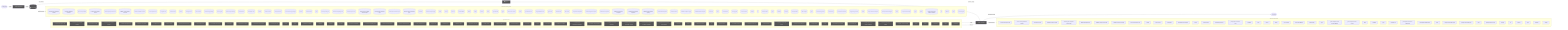
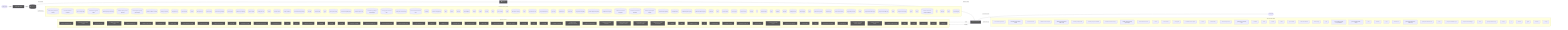
flowchart LR
  UserQ(["👤 User Query"])
  Embed["📐 Embedding Model"]
  VecDB[("📚 Vector Store")]
  Retriever["🔍 Retriever"]
  LLMNode["🧠 LLM / Generator"]
  Output(["✅ Response"])
  UserQ -->|query| Embed
  Embed -->|vector| VecDB
  VecDB -->|top-k chunks| Retriever
  Retriever -->|context + query| LLMNode
  LLMNode -->|generated answer| Output
  subgraph DetectedMemory["Detected memory stores"]
    det_detectedmemory_check_steering_feedback_contract_80134459[("check-steering-feedback-contract")]
    det_detectedmemory_normalize_workflow_contracts_8701f1c8[("normalize-workflow-contracts")]
    det_detectedmemory_sync_codex_preflight_7e7a8dc2[("sync-codex-preflight")]
    det_detectedmemory_test_harness_upgrade_matrix_84113c4e[("test-harness-upgrade-matrix")]
    det_detectedmemory_validate_prompt_context_drift_8c949ef6[("validate-prompt-context-drift")]
    det_detectedmemory_validate_runtime_packet_schemas_bc3ba8ec[("validate-runtime-packet-schemas")]
+     det_detectedmemory_validate_system_prompt_gap_adoption_62d8c955[("validate-system-prompt-gap-adoption")]
    det_detectedmemory_validate_workflow_contracts_33dc063c[("validate-workflow-contracts")]
    det_detectedmemory_branch_protect_core_a8feb0fd[("branch-protect-core")]
    det_detectedmemory_ci_migrate_core_7005b5af[("ci-migrate-core")]
    det_detectedmemory_context_health_80bb7da9[("context-health")]
    det_detectedmemory_context_ea7792a2[("context")]
    det_detectedmemory_docs_gate_core_eb9b6c18[("docs-gate-core")]
    det_detectedmemory_index_context_de3ed39d[("index-context")]
    det_detectedmemory_local_memory_preflight_dcc36c42[("local-memory-preflight")]
    det_detectedmemory_memory_gate_a577a506[("memory-gate")]
    det_detectedmemory_pattern_scope_siblings_43abe000[("pattern-scope-siblings")]
    det_detectedmemory_review_context_ca6cf81d[("review-context")]
    det_detectedmemory_review_gate_core_4c8001f9[("review-gate-core")]
    det_detectedmemory_search_24193290[("search")]
    det_detectedmemory_session_context_e5ec72c0[("session-context")]
    det_detectedmemory_tooling_audit_core_328d6a41[("tooling-audit-core")]
    det_detectedmemory_run_local_memory_preflight_36e92808[("run-local-memory-preflight")]
    det_detectedmemory_checker_d2d2328e[("checker")]
    det_detectedmemory_context_health_1_ceb11829[("context-health")]
    det_detectedmemory_types_2_d9bc6e7a[("types")]
    det_detectedmemory_branch_protect_sync_570adb18[("branch-protect-sync")]
    det_detectedmemory_command_capability_rules_ca3f496a[("command-capability-rules")]
    det_detectedmemory_command_specs_core_1c0ffc99[("command-specs-core")]
    det_detectedmemory_local_memory_preflight_command_spec_9e23f3ce[("local-memory-preflight-command-spec")]
    det_detectedmemory_memory_gate_command_spec_dc9001a9[("memory-gate-command-spec")]
    det_detectedmemory_review_gate_command_spec_3187376a[("review-gate-command-spec")]
    det_detectedmemory_session_context_command_spec_973afbb1[("session-context-command-spec")]
    det_detectedmemory_constants_7517017f[("constants")]
    det_detectedmemory_context_compact_policy_3dcaf95d[("context-compact-policy")]
    det_detectedmemory_index_3_7e40d474[("index")]
    det_detectedmemory_indexer_70fa78e5[("indexer")]
    det_detectedmemory_init_error_5c7dd49f[("init-error")]
    det_detectedmemory_lexical_fallback_723e2b3e[("lexical-fallback")]
    det_detectedmemory_ollama_76e3c7bf[("ollama")]
    det_detectedmemory_rollout_a4fa034c[("rollout")]
    det_detectedmemory_sources_878a52fc[("sources")]
    det_detectedmemory_store_824d80d7[("store")]
    det_detectedmemory_sync_contract_c79fa191[("sync-contract")]
    det_detectedmemory_types_8_f6283648[("types")]
    det_detectedmemory_harness_run_context_ac7c77a9[("harness-run-context")]
    det_detectedmemory_index_4_013aa0e3[("index")]
    det_detectedmemory_json_schema_core_96d7e328[("json-schema-core")]
    det_detectedmemory_policy_validators_core_714a3fe7[("policy-validators-core")]
    det_detectedmemory_types_core_e405ddca[("types-core")]
    det_detectedmemory_validator_core_4358f8ba[("validator-core")]
    det_detectedmemory_init_modes_c05ceb07[("init-modes")]
    det_detectedmemory_project_brain_templates_7ef51530[("project-brain-templates")]
    det_detectedmemory_scaffold_diagram_templates_dd88e83c[("scaffold-diagram-templates")]
    det_detectedmemory_scaffold_doc_templates_f6152330[("scaffold-doc-templates")]
    det_detectedmemory_scaffold_environment_templates_c1ceba6a[("scaffold-environment-templates")]
    det_detectedmemory_scaffold_root_command_templates_404fed7f[("scaffold-root-command-templates")]
    det_detectedmemory_scaffold_script_template_registry_69312d4e[("scaffold-script-template-registry")]
    det_detectedmemory_scaffold_shell_templates_0ad0f915[("scaffold-shell-templates")]
    det_detectedmemory_scaffold_surfaces_12d6494e[("scaffold-surfaces")]
    det_detectedmemory_scaffold_template_registry_b1cce2aa[("scaffold-template-registry")]
    det_detectedmemory_scaffold_workflow_template_92310587[("scaffold-workflow-template")]
    det_detectedmemory_eval_seed_5699fd3e[("eval-seed")]
    det_detectedmemory_index_10_f6785a46[("index")]
    det_detectedmemory_review_context_1_e3afed15[("review-context")]
    det_detectedmemory_memory_gate_1_265164ac[("memory-gate")]
    det_detectedmemory_branch_enforcer_acb749cd[("branch-enforcer")]
    det_detectedmemory_cli_args_5_09ea29f0[("cli-args")]
    det_detectedmemory_cli_6_eac72be2[("cli")]
    det_detectedmemory_metrics_tracker_98cec29c[("metrics-tracker")]
    det_detectedmemory_types_19_eb4ad5f0[("types")]
    det_detectedmemory_validator_5_b19ac2be[("validator")]
    det_detectedmemory_classifier_fe1991a9[("classifier")]
    det_detectedmemory_tooling_baseline_50ab2eeb[("tooling-baseline")]
    det_detectedmemory_claim_helpers_20dc8387[("claim-helpers")]
    det_detectedmemory_types_24_c63dc1a7[("types")]
    det_detectedmemory_local_memory_smoke_1175abfc[("local-memory-smoke")]
    det_detectedmemory_local_memory_0db17ecc[("local-memory")]
    det_detectedmemory_performance_overload_c685bfcf[("performance-overload")]
    det_detectedmemory_suggestion_generator_0956f794[("suggestion-generator")]
    det_detectedmemory_index_12_762ec91b[("index")]
    det_detectedmemory_prompt_context_drift_report_3257a95c[("prompt-context-drift-report")]
    det_detectedmemory_prompt_context_drift_types_ba6863d4[("prompt-context-drift-types")]
    det_detectedmemory_index_13_97df39c8[("index")]
    det_detectedmemory_prompt_context_receipt_17b862b2[("prompt-context-receipt")]
    det_detectedmemory_types_31_eb363e20[("types")]
    det_detectedmemory_policy_1_fc4198db[("policy")]
    det_detectedmemory_runtime_card_codex_runtime_validation_d8ce9934[("runtime-card-codex-runtime-validation")]
    det_detectedmemory_cli_11_338a8415[("cli")]
    det_detectedmemory_collector_0736fd5b[("collector")]
    det_detectedmemory_types_34_85e6a0bb[("types")]
    det_detectedmemory_overload_guard_2748c559[("overload-guard")]
  end
  VecDB -. "implemented by" .-> DetectedMemory
  subgraph DetectedLLM["Detected LLM clients"]
    det_detectedllm_check_codex_agent_roles_5bb2e89b["check-codex-agent-roles"]
    det_detectedllm_check_steering_feedback_contract_80134459["check-steering-feedback-contract"]
    det_detectedllm_run_harness_evals_77704768["run-harness-evals"]
    det_detectedllm_validate_decision_request_2e5c325e["validate-decision-request"]
    det_detectedllm_validate_goal_completion_audit_receipt_100d252c["validate-goal-completion-audit-receipt"]
    det_detectedllm_validate_packaged_skill_5e32c890["validate-packaged-skill"]
    det_detectedllm_validate_prompt_context_drift_8c949ef6["validate-prompt-context-drift"]
    det_detectedllm_validate_reviewer_coverage_251efee3["validate-reviewer-coverage"]
+     det_detectedllm_validate_system_prompt_gap_adoption_62d8c955["validate-system-prompt-gap-adoption"]
    det_detectedllm_check_environment_core_2c16213f["check-environment-core"]
    det_detectedllm_context_ea7792a2["context"]
    det_detectedllm_index_context_de3ed39d["index-context"]
    det_detectedllm_prompt_gate_c5e9d207["prompt-gate"]
    det_detectedllm_remediate_runner_helpers_929fedcc["remediate-runner-helpers"]
    det_detectedllm_search_24193290["search"]
    det_detectedllm_context_health_1_ceb11829["context-health"]
    det_detectedllm_command_specs_core_1c0ffc99["command-specs-core"]
    det_detectedllm_prompt_gate_command_spec_9a941482["prompt-gate-command-spec"]
    det_detectedllm_constants_7517017f["constants"]
    det_detectedllm_index_3_7e40d474["index"]
    det_detectedllm_indexer_70fa78e5["indexer"]
    det_detectedllm_ollama_76e3c7bf["ollama"]
    det_detectedllm_sync_contract_c79fa191["sync-contract"]
    det_detectedllm_north_star_validators_cfc926ce["north-star-validators"]
    det_detectedllm_hilt_boundary_9b36fb15["hilt-boundary"]
    det_detectedllm_types_10_75e5a4a0["types"]
    det_detectedllm_goal_completion_audit_receipt_validation_9d0f4891["goal-completion-audit-receipt-validation"]
    det_detectedllm_goal_completion_audit_receipt_5e4939c3["goal-completion-audit-receipt"]
    det_detectedllm_index_5_522f772a["index"]
    det_detectedllm_constants_1_a84e15f0["constants"]
    det_detectedllm_types_17_ed30531c["types"]
    det_detectedllm_sensitive_text_7c11f760["sensitive-text"]
    det_detectedllm_pr_template_linked_issue_relationship_a7b61f2c["pr-template-linked-issue-relationship"]
    det_detectedllm_pr_template_validator_rules_20a32d6b["pr-template-validator-rules"]
    det_detectedllm_index_12_762ec91b["index"]
    det_detectedllm_prompt_context_drift_report_3257a95c["prompt-context-drift-report"]
    det_detectedllm_prompt_context_drift_types_ba6863d4["prompt-context-drift-types"]
    det_detectedllm_index_13_97df39c8["index"]
    det_detectedllm_prompt_context_receipt_17b862b2["prompt-context-receipt"]
    det_detectedllm_cli_args_9_9c136878["cli-args"]
    det_detectedllm_cli_10_35dc8cbd["cli"]
    det_detectedllm_sections_4697ef32["sections"]
    det_detectedllm_types_27_4d134744["types"]
    det_detectedllm_validator_7_f836eb0e["validator"]
    det_detectedllm_cli_args_10_861cdd3f["cli-args"]
  end
  LLMNode -. "implemented by" .-> DetectedLLM
  subgraph DetectedTools["Agentic tool calls"]
    det_detectedtools_check_codex_agent_roles_5bb2e89b["🔧 check-codex-agent-roles"]
    det_detectedtools_check_steering_feedback_contract_80134459["🔧 check-steering-feedback-contract"]
    det_detectedtools_run_harness_evals_77704768["🔧 run-harness-evals"]
    det_detectedtools_validate_action_review_receipt_fa2f06c3["🔧 validate-action-review-receipt"]
    det_detectedtools_validate_packaged_skill_5e32c890["🔧 validate-packaged-skill"]
    det_detectedtools_validate_replay_packet_f309747e["🔧 validate-replay-packet"]
    det_detectedtools_ci_migrate_core_7005b5af["🔧 ci-migrate-core"]
    det_detectedtools_doctor_checks_5a2eb2b9["🔧 doctor-checks"]
    det_detectedtools_doctor_github_tool_checks_a53b0382["🔧 doctor-github-tool-checks"]
    det_detectedtools_doctor_tool_checks_4acac51a["🔧 doctor-tool-checks"]
    det_detectedtools_next_blocked_decisions_4140ad2b["🔧 next-blocked-decisions"]
    det_detectedtools_policy_gate_213f7313["🔧 policy-gate"]
    det_detectedtools_remediate_cli_output_cc165396["🔧 remediate-cli-output"]
    det_detectedtools_remediate_runner_helpers_929fedcc["🔧 remediate-runner-helpers"]
    det_detectedtools_review_gate_core_4c8001f9["🔧 review-gate-core"]
    det_detectedtools_index_1bc04b52["🔧 index"]
    det_detectedtools_types_1_4ecdf56e["🔧 types"]
    det_detectedtools_validation_constants_e002a0f6["🔧 validation-constants"]
    det_detectedtools_validation_98c41dcd["🔧 validation"]
    det_detectedtools_checker_d2d2328e["🔧 checker"]
    det_detectedtools_cli_args_1_6144b055["🔧 cli-args"]
    det_detectedtools_command_capabilities_a4d5c71e["🔧 command-capabilities"]
    det_detectedtools_command_capability_rules_ca3f496a["🔧 command-capability-rules"]
    det_detectedtools_linear_command_actions_e430f4f4["🔧 linear-command-actions"]
    det_detectedtools_linear_command_runner_4a740dfc["🔧 linear-command-runner"]
    det_detectedtools_policy_validators_core_714a3fe7["🔧 policy-validators-core"]
    det_detectedtools_types_core_e405ddca["🔧 types-core"]
    det_detectedtools_validator_core_4358f8ba["🔧 validator-core"]
    det_detectedtools_validator_helpers_7b927667["🔧 validator-helpers"]
    det_detectedtools_he_phase_exit_core_1148895b["🔧 he-phase-exit-core"]
    det_detectedtools_ralph_runtime_73d63c0e["🔧 ralph-runtime"]
    det_detectedtools_observed_skill_usage_ed7d5930["🔧 observed-skill-usage"]
    det_detectedtools_closure_evidence_aaa31467["🔧 closure-evidence"]
    det_detectedtools_pr_creator_dc6b1ea4["🔧 pr-creator"]
    det_detectedtools_client_948fe603["🔧 client"]
    det_detectedtools_init_output_360dce91["🔧 init-output"]
    det_detectedtools_scaffold_ci_templates_2afd6392["🔧 scaffold-ci-templates"]
    det_detectedtools_scaffold_codex_environment_templates_334fbbed["🔧 scaffold-codex-environment-templates"]
    det_detectedtools_scaffold_config_templates_4b80ce53["🔧 scaffold-config-templates"]
    det_detectedtools_scaffold_environment_templates_c1ceba6a["🔧 scaffold-environment-templates"]
    det_detectedtools_scaffold_github_actions_pr_pipeline_renderer_1ee18de5["🔧 scaffold-github-actions-pr-pipeline-renderer"]
    det_detectedtools_scaffold_github_actions_pr_pipeline_template_e2b85f62["🔧 scaffold-github-actions-pr-pipeline-template"]
    det_detectedtools_scaffold_release_private_npm_template_075499f8["🔧 scaffold-release-private-npm-template"]
    det_detectedtools_constants_1_a84e15f0["🔧 constants"]
    det_detectedtools_index_9_32dd4d91["🔧 index"]
    det_detectedtools_validation_common_6161e48b["🔧 validation-common"]
    det_detectedtools_cli_6_eac72be2["🔧 cli"]
    det_detectedtools_metrics_tracker_98cec29c["🔧 metrics-tracker"]
    det_detectedtools_normalise_renderer_85f2e563["🔧 normalise-renderer"]
    det_detectedtools_evaluation_engine_core_e054fe49["🔧 evaluation-engine-core"]
    det_detectedtools_tooling_baseline_50ab2eeb["🔧 tooling-baseline"]
    det_detectedtools_prompt_context_drift_report_3257a95c["🔧 prompt-context-drift-report"]
    det_detectedtools_prompt_context_drift_types_ba6863d4["🔧 prompt-context-drift-types"]
    det_detectedtools_replay_packet_a1293f88["🔧 replay-packet"]
    det_detectedtools_index_14_d982116c["🔧 index"]
    det_detectedtools_review_lifecycle_contract_e5447221["🔧 review-lifecycle-contract"]
    det_detectedtools_review_lifecycle_89afa64c["🔧 review-lifecycle"]
    det_detectedtools_runtime_card_codex_runtime_validation_d8ce9934["🔧 runtime-card-codex-runtime-validation"]
    det_detectedtools_runtime_card_codex_runtime_0655e230["🔧 runtime-card-codex-runtime"]
    det_detectedtools_runtime_evidence_bundle_d471a232["🔧 runtime-evidence-bundle"]
    det_detectedtools_types_36_674380ec["🔧 types"]
    det_detectedtools_index_17_642943a2["🔧 index"]
    det_detectedtools_projection_1b250ea1["🔧 projection"]
    det_detectedtools_types_38_e8efcd57["🔧 types"]
    det_detectedtools_validation_7_c4e6d8b6["🔧 validation"]
  end
  LLMNode -->|tool use| DetectedTools
  DetectedTools -->|result| LLMNode
  classDef memNode fill:#555,color:#fff
  class VecDB,Retriever memNode
  classDef llmNode fill:#555,color:#fff
  class LLMNode,Embed llmNode
  classDef toolNode fill:#555,color:#fff
  class det_detectedtools_check_codex_agent_roles_5bb2e89b,det_detectedtools_check_steering_feedback_contract_80134459,det_detectedtools_run_harness_evals_77704768,det_detectedtools_validate_action_review_receipt_fa2f06c3,det_detectedtools_validate_packaged_skill_5e32c890,det_detectedtools_validate_replay_packet_f309747e,det_detectedtools_ci_migrate_core_7005b5af,det_detectedtools_doctor_checks_5a2eb2b9,det_detectedtools_doctor_github_tool_checks_a53b0382,det_detectedtools_doctor_tool_checks_4acac51a,det_detectedtools_next_blocked_decisions_4140ad2b,det_detectedtools_policy_gate_213f7313,det_detectedtools_remediate_cli_output_cc165396,det_detectedtools_remediate_runner_helpers_929fedcc,det_detectedtools_review_gate_core_4c8001f9,det_detectedtools_index_1bc04b52,det_detectedtools_types_1_4ecdf56e,det_detectedtools_validation_constants_e002a0f6,det_detectedtools_validation_98c41dcd,det_detectedtools_checker_d2d2328e,det_detectedtools_cli_args_1_6144b055,det_detectedtools_command_capabilities_a4d5c71e,det_detectedtools_command_capability_rules_ca3f496a,det_detectedtools_linear_command_actions_e430f4f4,det_detectedtools_linear_command_runner_4a740dfc,det_detectedtools_policy_validators_core_714a3fe7,det_detectedtools_types_core_e405ddca,det_detectedtools_validator_core_4358f8ba,det_detectedtools_validator_helpers_7b927667,det_detectedtools_he_phase_exit_core_1148895b,det_detectedtools_ralph_runtime_73d63c0e,det_detectedtools_observed_skill_usage_ed7d5930,det_detectedtools_closure_evidence_aaa31467,det_detectedtools_pr_creator_dc6b1ea4,det_detectedtools_client_948fe603,det_detectedtools_init_output_360dce91,det_detectedtools_scaffold_ci_templates_2afd6392,det_detectedtools_scaffold_codex_environment_templates_334fbbed,det_detectedtools_scaffold_config_templates_4b80ce53,det_detectedtools_scaffold_environment_templates_c1ceba6a,det_detectedtools_scaffold_github_actions_pr_pipeline_renderer_1ee18de5,det_detectedtools_scaffold_github_actions_pr_pipeline_template_e2b85f62,det_detectedtools_scaffold_release_private_npm_template_075499f8,det_detectedtools_constants_1_a84e15f0,det_detectedtools_index_9_32dd4d91,det_detectedtools_validation_common_6161e48b,det_detectedtools_cli_6_eac72be2,det_detectedtools_metrics_tracker_98cec29c,det_detectedtools_normalise_renderer_85f2e563,det_detectedtools_evaluation_engine_core_e054fe49,det_detectedtools_tooling_baseline_50ab2eeb,det_detectedtools_prompt_context_drift_report_3257a95c,det_detectedtools_prompt_context_drift_types_ba6863d4,det_detectedtools_replay_packet_a1293f88,det_detectedtools_index_14_d982116c,det_detectedtools_review_lifecycle_contract_e5447221,det_detectedtools_review_lifecycle_89afa64c,det_detectedtools_runtime_card_codex_runtime_validation_d8ce9934,det_detectedtools_runtime_card_codex_runtime_0655e230,det_detectedtools_runtime_evidence_bundle_d471a232,det_detectedtools_types_36_674380ec,det_detectedtools_index_17_642943a2,det_detectedtools_projection_1b250ea1,det_detectedtools_types_38_e8efcd57,det_detectedtools_validation_7_c4e6d8b6 toolNode
